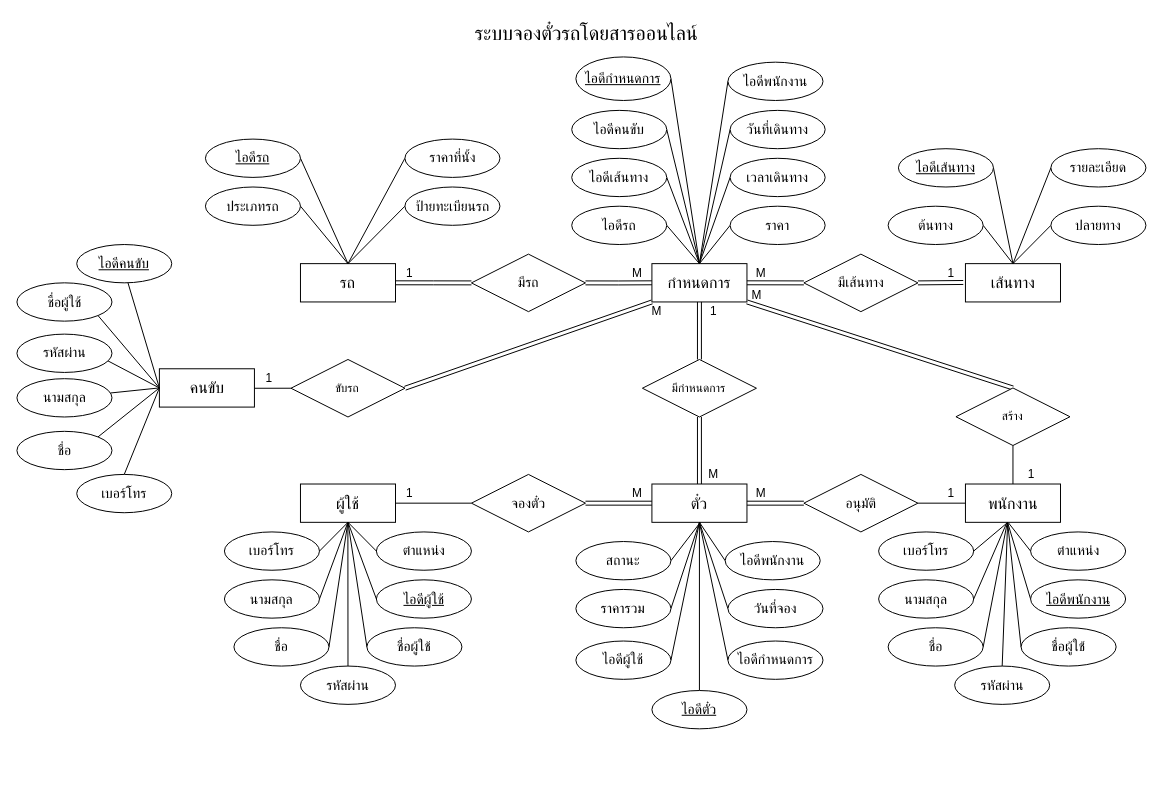
This is Database.drawio from NopXx/bus_ticket, a draw.io file, before an edit. Source tidied: cells renumbered, new cells numbered last; positions are measured from the earlier drawing's top-left corner, leaving out a move shared by most shapes. Both pictures are drawn from the tidied source at 99%, with x=0, y=0 at pixel (17, 17).
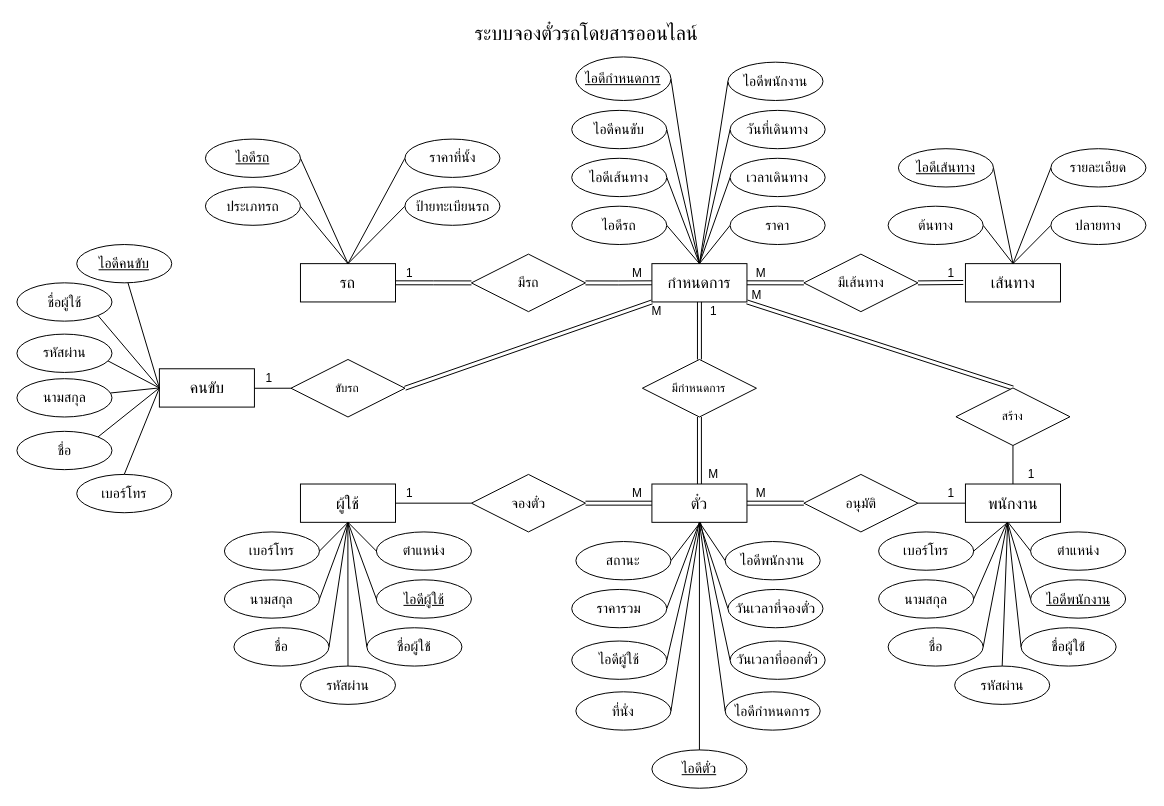
Above is the later version.

What changed in the source:
```diff
@@
     <mxCell id="65" value="ไอดีตั๋ว" style="ellipse;whiteSpace=wrap;html=1;align=center;fontStyle=4;fontSize=14;" parent="1" vertex="1">
-      <mxGeometry x="641" y="680" width="96" height="38.7" as="geometry" />
+      <mxGeometry x="641" y="740" width="96" height="38.7" as="geometry" />
     </mxCell>
@@
     <mxCell id="67" value="ไอดีผู้ใช้" style="ellipse;whiteSpace=wrap;html=1;align=center;fontSize=14;" parent="1" vertex="1">
-      <mxGeometry x="564.2" y="630" width="96" height="38.7" as="geometry" />
+      <mxGeometry x="560" y="630" width="96" height="38.7" as="geometry" />
     </mxCell>
@@
     <mxCell id="69" value="ไอดีกำหนดการ" style="ellipse;whiteSpace=wrap;html=1;align=center;fontSize=14;" parent="1" vertex="1">
-      <mxGeometry x="717.8" y="630" width="96" height="38.7" as="geometry" />
+      <mxGeometry x="715" y="681.3" width="96" height="38.7" as="geometry" />
     </mxCell>
@@
     <mxCell id="71" value="ราคารวม" style="ellipse;whiteSpace=wrap;html=1;align=center;fontSize=14;" parent="1" vertex="1">
-      <mxGeometry x="564.2" y="577.9" width="96" height="38.7" as="geometry" />
+      <mxGeometry x="560" y="577.9" width="96" height="38.7" as="geometry" />
     </mxCell>
@@
-    <mxCell id="73" value="วันที่จอง" style="ellipse;whiteSpace=wrap;html=1;align=center;fontSize=14;" parent="1" vertex="1">
+    <mxCell id="73" value="วันเวลาที่จองตั๋ว" style="ellipse;whiteSpace=wrap;html=1;align=center;fontSize=14;" parent="1" vertex="1">
       <mxGeometry x="717.8" y="577.9" width="96" height="38.7" as="geometry" />
     </mxCell>
@@
+    <mxCell id="131" style="rounded=0;jettySize=auto;html=1;fontSize=12;startSize=8;endSize=8;endArrow=none;endFill=0;exitX=0;exitY=0.5;exitDx=0;exitDy=0;" parent="1" edge="1" source="132">
+      <mxGeometry relative="1" as="geometry">
+        <mxPoint x="690" y="510" as="targetPoint" />
+      </mxGeometry>
+    </mxCell>
+    <mxCell id="132" value="วันเวลาที่ออกตั๋ว" style="ellipse;whiteSpace=wrap;html=1;align=center;fontSize=14;" parent="1" vertex="1">
+      <mxGeometry x="720" y="630" width="96" height="38.7" as="geometry" />
+    </mxCell>
+    <mxCell id="133" style="rounded=0;jettySize=auto;html=1;fontSize=12;startSize=8;endSize=8;endArrow=none;endFill=0;exitX=1;exitY=0.5;exitDx=0;exitDy=0;" parent="1" edge="1" source="134">
+      <mxGeometry relative="1" as="geometry">
+        <mxPoint x="690" y="510" as="targetPoint" />
+      </mxGeometry>
+    </mxCell>
+    <mxCell id="134" value="ที่นั่ง" style="ellipse;whiteSpace=wrap;html=1;align=center;fontSize=14;" parent="1" vertex="1">
+      <mxGeometry x="564.2" y="681.3" width="96" height="38.7" as="geometry" />
+    </mxCell>
```
